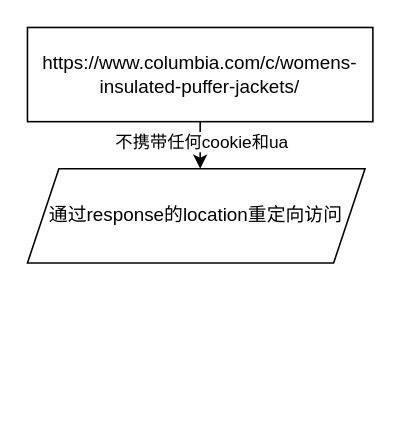
Before: woPdiuXdeBYPASS.drawio in MapleJourney/diagram, a draw.io diagram. Source tidied: cells renumbered, new cells numbered last; positions are measured from the earlier drawing's top-left corner, leaving out a move shared by most shapes. Both pictures are drawn from the tidied source at 157%, with x=0, y=0 at pixel (27, 27).
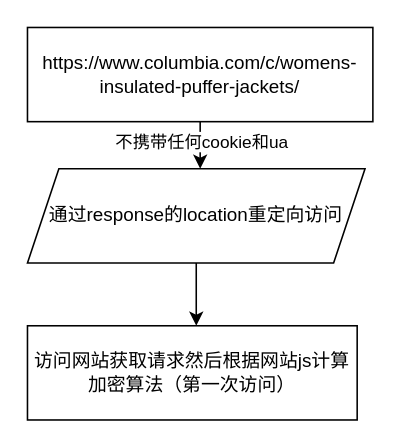
The same diagram, later.

What changed in the source:
```diff
@@
 <mxGraphModel>
   <root>
     <mxCell id="0" />
     <mxCell id="1" parent="0" />
     <mxCell id="2" style="edgeStyle=orthogonalEdgeStyle;rounded=0;jettySize=auto;html=1;" parent="1" edge="1" source="4">
       <mxGeometry relative="1" as="geometry">
         <mxPoint x="110" y="90" as="targetPoint" />
       </mxGeometry>
     </mxCell>
     <mxCell id="3" value="不携带任何cookie和ua" style="edgeLabel;html=1;align=center;verticalAlign=middle;" parent="2" vertex="1">
       <mxGeometry x="-0.19" relative="1" as="geometry" />
     </mxCell>
     <mxCell id="4" value="https://www.columbia.com/c/womens-insulated-puffer-jackets/" style="rounded=0;whiteSpace=wrap;html=1;" parent="1" vertex="1">
       <mxGeometry width="220" height="60" as="geometry" />
     </mxCell>
+    <mxCell id="6" style="edgeStyle=orthogonalEdgeStyle;rounded=0;jettySize=auto;html=1;" parent="1" edge="1" source="5">
+      <mxGeometry relative="1" as="geometry">
+        <mxPoint x="107.5" y="190" as="targetPoint" />
+      </mxGeometry>
+    </mxCell>
     <mxCell id="5" value="通过response的location重定向访问" style="shape=parallelogram;perimeter=parallelogramPerimeter;whiteSpace=wrap;html=1;fixedSize=1;" parent="1" vertex="1">
       <mxGeometry y="90" width="215" height="60" as="geometry" />
     </mxCell>
+    <mxCell id="7" value="访问网站获取请求然后根据网站js计算加密算法（第一次访问）" style="rounded=0;whiteSpace=wrap;html=1;" parent="1" vertex="1">
+      <mxGeometry y="190" width="210" height="60" as="geometry" />
+    </mxCell>
   </root>
 </mxGraphModel>
```
